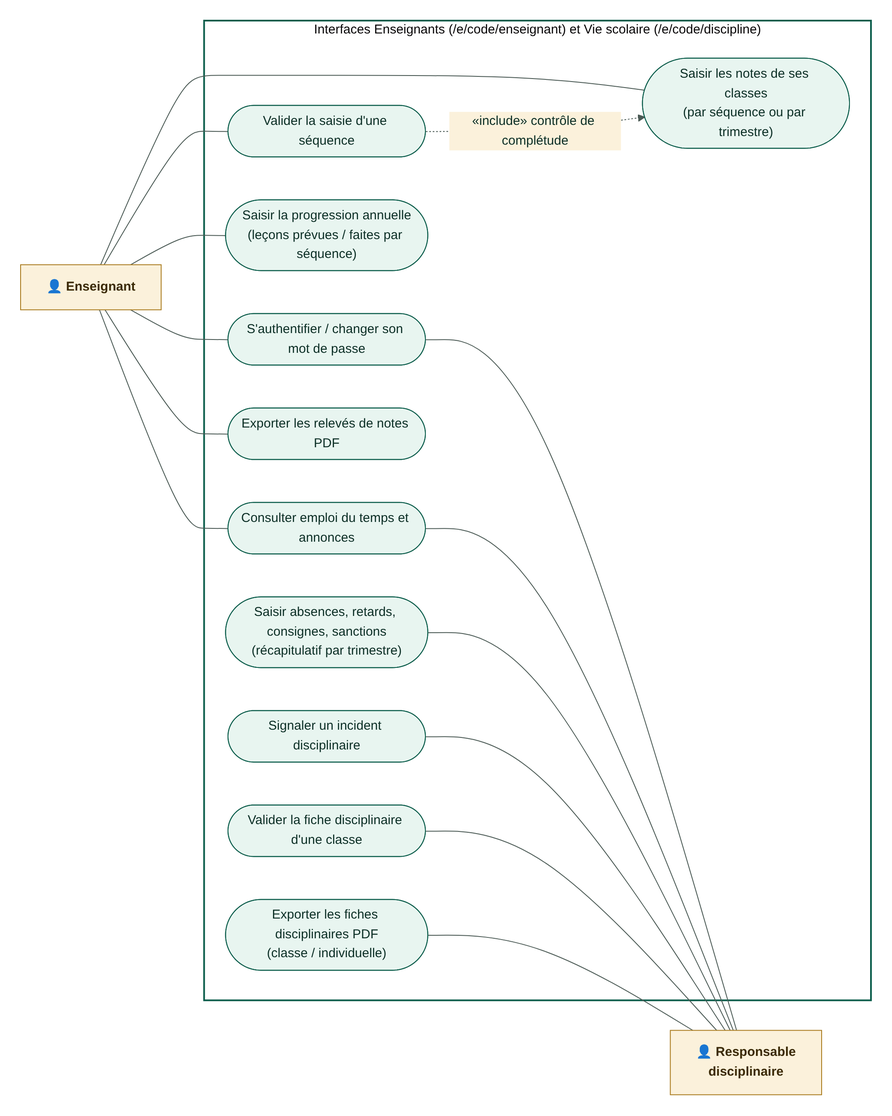
The Mermaid diagram docs/uml/01b_cas_utilisation_ens_resp.png in ANDJE30/MY_WORLD, before a commit. Its source is kept beside it as docs/uml/01b_cas_utilisation_ens_resp.mmd.
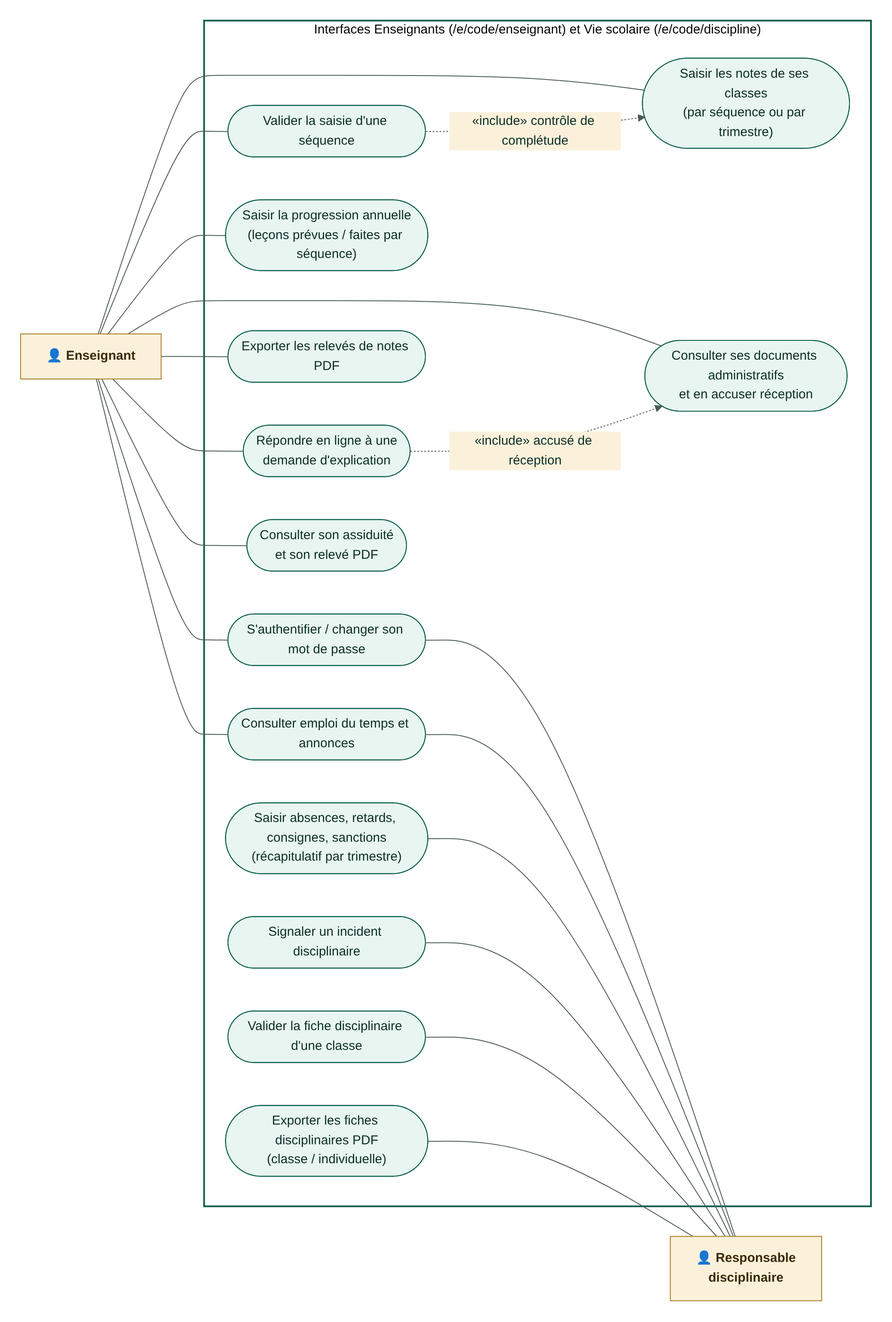
Above is the later version.

The edit, as a diff of the source:
```diff
@@ -9,16 +9,20 @@
     E2(["Saisir les notes de ses classes<br/>(par séquence ou par trimestre)"])
     E3(["Valider la saisie d'une séquence"])
     E4(["Exporter les relevés de notes PDF"])
+    E5(["Consulter ses documents administratifs<br/>et en accuser réception"])
+    E6(["Répondre en ligne à une<br/>demande d'explication"])
+    E7(["Consulter son assiduité<br/>et son relevé PDF"])
     D1(["Saisir absences, retards, consignes, sanctions<br/>(récapitulatif par trimestre)"])
     D2(["Signaler un incident disciplinaire"])
     D3(["Valider la fiche disciplinaire d'une classe"])
     D4(["Exporter les fiches disciplinaires PDF<br/>(classe / individuelle)"])
   end
-  ENS --- C0 & C1 & E1 & E2 & E3 & E4
+  ENS --- C0 & C1 & E1 & E2 & E3 & E4 & E5 & E6 & E7
   C0 & C1 & D1 & D2 & D3 & D4 --- RD
   E3 -. "«include» contrôle de complétude" .-> E2
+  E6 -. "«include» accusé de réception" .-> E5
   classDef actor fill:#fbf1db,stroke:#a97a1d,color:#3b2a06,font-weight:bold
   classDef uc fill:#e8f5f0,stroke:#0b5d4b,color:#0b2e25
   class ENS,RD actor
-  class C0,C1,E1,E2,E3,E4,D1,D2,D3,D4 uc
+  class C0,C1,E1,E2,E3,E4,E5,E6,E7,D1,D2,D3,D4 uc
   style SYS fill:#ffffff,stroke:#0b5d4b,stroke-width:2px
```
